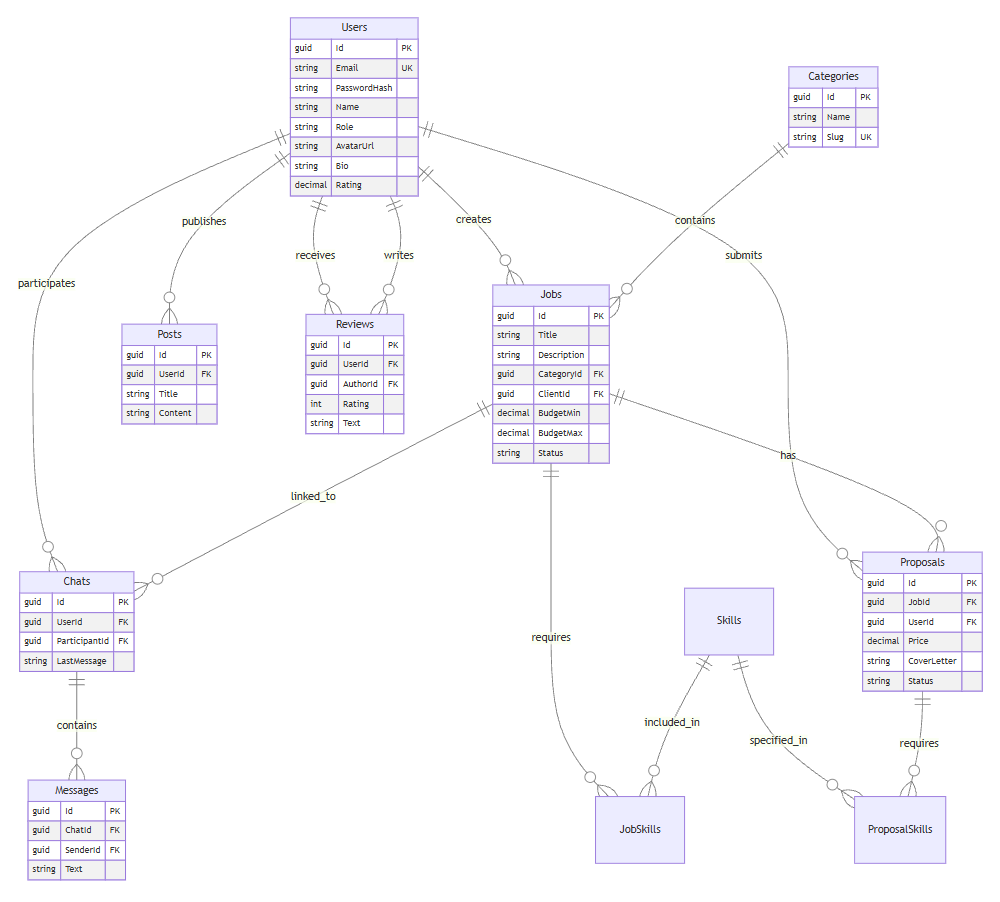
This is explanatory_note_assets/diagram_er.png from ksenomin/Synq, a Mermaid export, as it was before one commit. Its source is kept beside it as explanatory_note_assets/diagram_er.mmd.
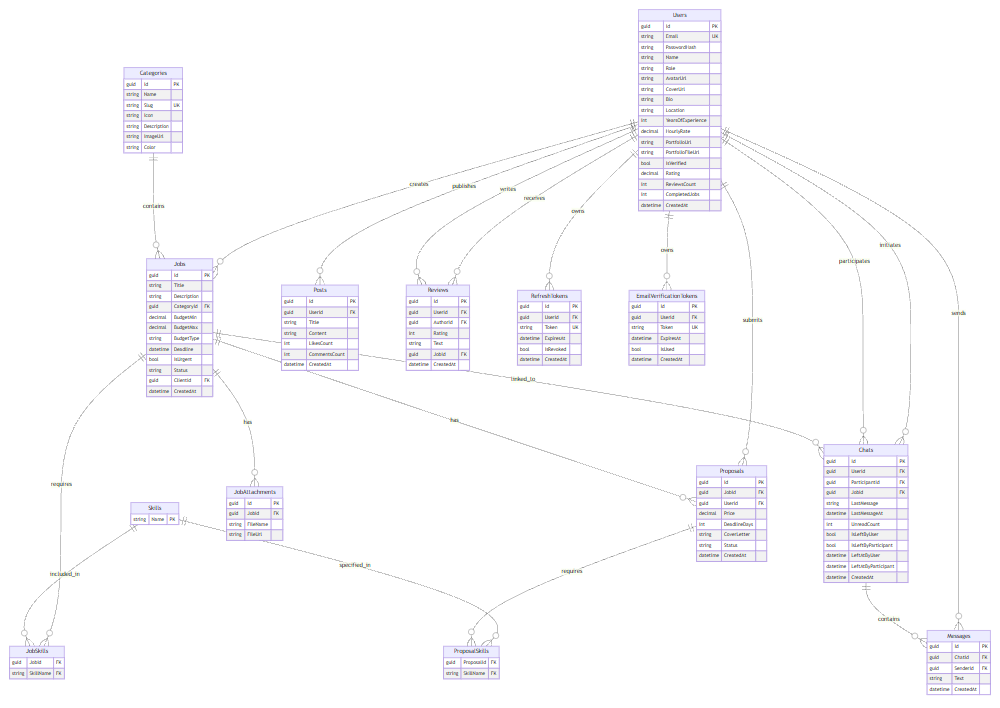
After the commit.

What changed in the source:
```diff
@@ -4,10 +4,15 @@
     Users ||--o{ Posts : publishes
     Users ||--o{ Reviews : receives
     Users ||--o{ Reviews : writes
+    Users ||--o{ Chats : initiates
     Users ||--o{ Chats : participates
+    Users ||--o{ Messages : sends
+    Users ||--o{ RefreshTokens : owns
+    Users ||--o{ EmailVerificationTokens : owns
     Categories ||--o{ Jobs : contains
     Jobs ||--o{ Proposals : has
     Jobs ||--o{ JobSkills : requires
+    Jobs ||--o{ JobAttachments : has
     Jobs ||--o{ Chats : linked_to
     Skills ||--o{ JobSkills : included_in
     Skills ||--o{ ProposalSkills : specified_in
@@ -20,49 +25,98 @@
         string Name
         string Role
         string AvatarUrl
+        string CoverUrl
         string Bio
+        string Location
+        int YearsOfExperience
+        decimal HourlyRate
+        string PortfolioUrl
+        string PortfolioFileUrl
+        bool IsVerified
         decimal Rating
+        int ReviewsCount
+        int CompletedJobs
+        datetime CreatedAt
+    }
+    Categories {
+        guid Id PK
+        string Name
+        string Slug UK
+        string Icon
+        string Description
+        string ImageUrl
+        string Color
     }
     Jobs {
         guid Id PK
         string Title
         string Description
         guid CategoryId FK
-        guid ClientId FK
         decimal BudgetMin
         decimal BudgetMax
+        string BudgetType
+        datetime Deadline
+        bool IsUrgent
         string Status
+        guid ClientId FK
+        datetime CreatedAt
+    }
+    Skills {
+        string Name PK
+    }
+    JobSkills {
+        guid JobId FK
+        string SkillName FK
+    }
+    JobAttachments {
+        guid Id PK
+        guid JobId FK
+        string FileName
+        string FileUrl
     }
     Proposals {
         guid Id PK
         guid JobId FK
         guid UserId FK
         decimal Price
+        int DeadlineDays
         string CoverLetter
         string Status
+        datetime CreatedAt
     }
-    Categories {
-        guid Id PK
-        string Name
-        string Slug UK
+    ProposalSkills {
+        guid ProposalId FK
+        string SkillName FK
     }
     Chats {
         guid Id PK
         guid UserId FK
         guid ParticipantId FK
+        guid JobId FK
         string LastMessage
+        datetime LastMessageAt
+        int UnreadCount
+        bool IsLeftByUser
+        bool IsLeftByParticipant
+        datetime LeftAtByUser
+        datetime LeftAtByParticipant
+        datetime CreatedAt
     }
     Messages {
         guid Id PK
         guid ChatId FK
         guid SenderId FK
         string Text
+        datetime CreatedAt
     }
     Posts {
         guid Id PK
         guid UserId FK
         string Title
         string Content
+        int LikesCount
+        int CommentsCount
+        datetime CreatedAt
     }
     Reviews {
         guid Id PK
@@ -70,4 +124,22 @@
         guid AuthorId FK
         int Rating
         string Text
+        guid JobId FK
+        datetime CreatedAt
     }
+    RefreshTokens {
+        guid Id PK
+        guid UserId FK
+        string Token UK
+        datetime ExpiresAt
+        bool IsRevoked
+        datetime CreatedAt
+    }
+    EmailVerificationTokens {
+        guid Id PK
+        guid UserId FK
+        string Token UK
+        datetime ExpiresAt
+        bool IsUsed
+        datetime CreatedAt
+    }
```
